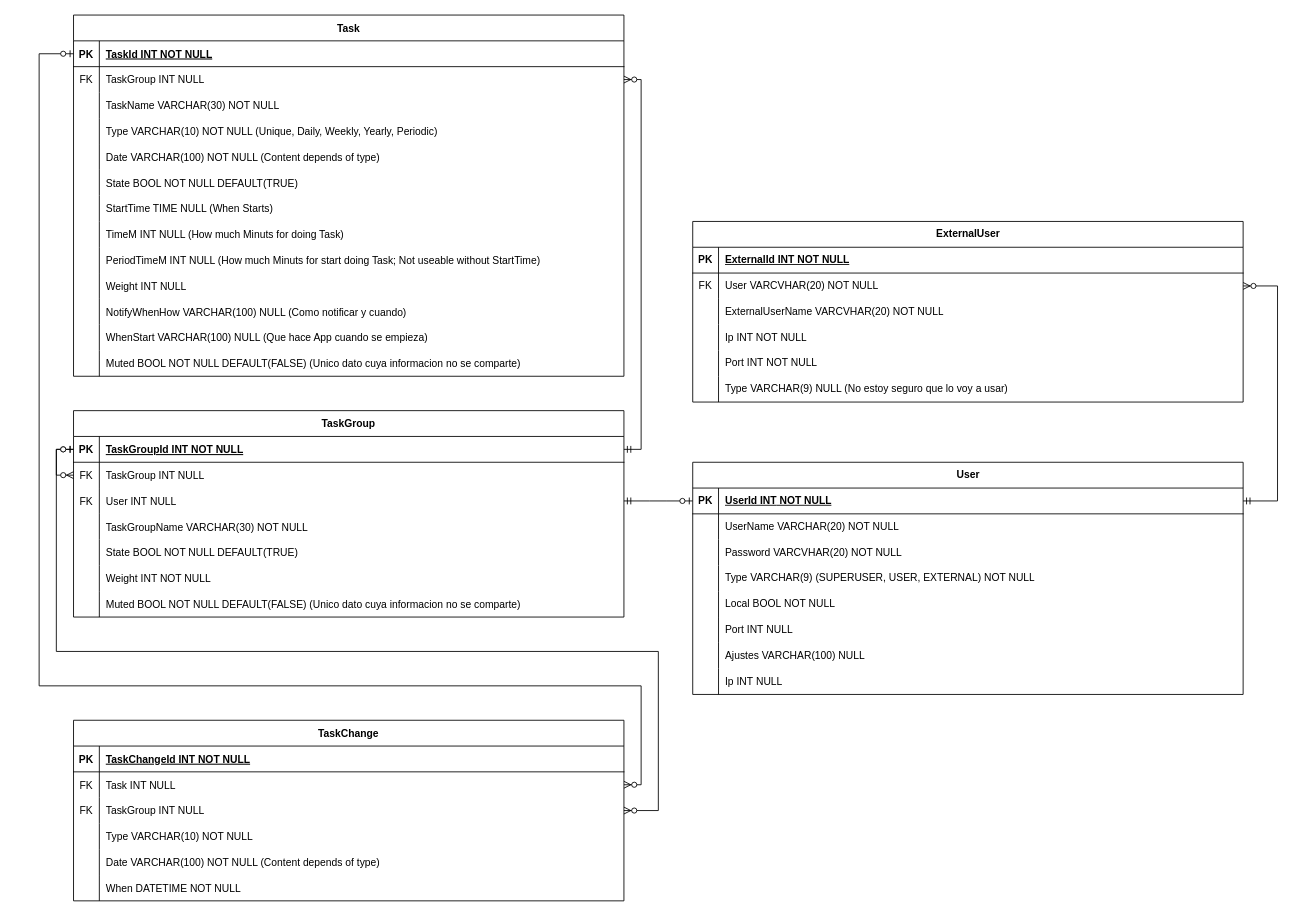
This is DiseñoBaseDeDatos.drawio from Gosha1030/ProyectoIntermodularGeorgii, a draw.io file, before an edit. Source tidied: cells renumbered, new cells numbered last; positions are measured from the earlier drawing's top-left corner, leaving out a move shared by most shapes. Both pictures are drawn from the tidied source at 86%, with x=0, y=0 at pixel (39, 15).
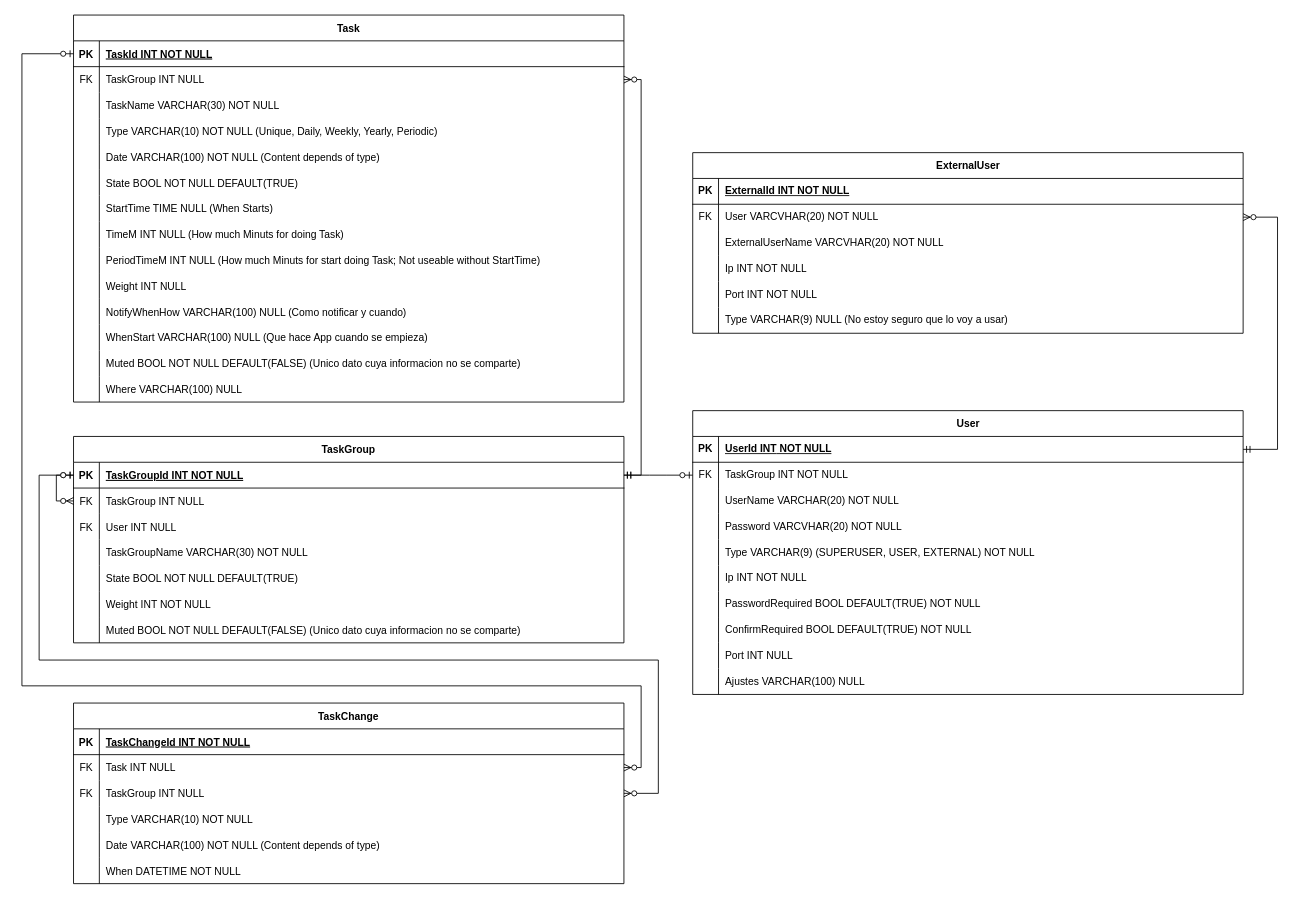
The same diagram, later.

Commit message (it also covers changes not shown here):
Diseño previo casi hecho solo falta tutorial

Unchanged cells that the change refers to:
```xml
<mxCell id="3" style="shape=partialRectangle;fillColor=none;points=[[0,0.5],[1,0.5]];portConstraint=eastwest;top=0;left=0;right=0;bottom=1;" parent="2" vertex="1">
  <mxGeometry y="30" width="640" height="30" as="geometry" />
</mxCell>
<mxCell id="9" style="shape=partialRectangle;fillColor=none;points=[[0,0.5],[1,0.5]];portConstraint=eastwest;top=0;left=0;right=0;bottom=0;" parent="2" vertex="1">
  <mxGeometry y="90" width="640" height="30" as="geometry" />
</mxCell>
<mxCell id="29" style="shape=partialRectangle;fillColor=none;points=[[0,0.5],[1,0.5]];portConstraint=eastwest;top=0;left=0;right=0;bottom=0;" parent="25" vertex="1">
  <mxGeometry y="60" width="640" height="30" as="geometry" />
</mxCell>
<mxCell id="32" style="shape=partialRectangle;fillColor=none;points=[[0,0.5],[1,0.5]];portConstraint=eastwest;top=0;left=0;right=0;bottom=0;" parent="25" vertex="1">
  <mxGeometry y="90" width="640" height="30" as="geometry" />
</mxCell>
<mxCell id="45" style="shape=partialRectangle;fillColor=none;points=[[0,0.5],[1,0.5]];portConstraint=eastwest;top=0;left=0;right=0;bottom=1;" parent="44" vertex="1">
  <mxGeometry y="30" width="640" height="30" as="geometry" />
</mxCell>
<mxCell id="48" style="shape=partialRectangle;fillColor=none;points=[[0,0.5],[1,0.5]];portConstraint=eastwest;top=0;left=0;right=0;bottom=0;" parent="44" vertex="1">
  <mxGeometry y="60" width="640" height="30" as="geometry" />
</mxCell>
<mxCell id="85" style="shape=tableRow;horizontal=0;startSize=0;swimlaneHead=0;swimlaneBody=0;fillColor=none;points=[[0,0.5],[1,0.5]];portConstraint=eastwest;top=0;left=0;right=0;bottom=1;" parent="84" vertex="1">
  <mxGeometry y="30" width="640" height="30" as="geometry" />
</mxCell>
<mxCell id="116" style="shape=tableRow;horizontal=0;startSize=0;swimlaneHead=0;swimlaneBody=0;fillColor=none;points=[[0,0.5],[1,0.5]];portConstraint=eastwest;top=0;left=0;right=0;bottom=0;" parent="112" vertex="1">
  <mxGeometry y="60" width="640" height="30" as="geometry" />
</mxCell>
```

The edit, as a diff of the source:
```diff
@@
     <mxCell id="2" value="TaskGroup" style="shape=table;startSize=30;childLayout=tableLayout;rowLines=0;fontStyle=1;align=center;" parent="1" vertex="1">
-      <mxGeometry x="40" y="460" width="640" height="240" as="geometry" />
+      <mxGeometry x="40" y="490" width="640" height="240" as="geometry" />
     </mxCell>
@@
     <mxCell id="25" value="TaskChange" style="shape=table;startSize=30;childLayout=tableLayout;rowLines=0;fontStyle=1;align=center;" parent="1" vertex="1">
-      <mxGeometry x="40" y="820" width="640" height="210" as="geometry" />
+      <mxGeometry x="40" y="800" width="640" height="210" as="geometry" />
     </mxCell>
@@
     <mxCell id="44" value="Task" style="shape=table;startSize=30;childLayout=tableLayout;rowLines=0;fontStyle=1;align=center;" parent="1" vertex="1">
-      <mxGeometry x="40" width="640" height="420" as="geometry" />
+      <mxGeometry x="40" width="640" height="450" as="geometry" />
     </mxCell>
@@
+    <mxCell id="133" style="shape=partialRectangle;fillColor=none;top=0;left=0;right=0;bottom=0;" parent="44" vertex="1">
+      <mxGeometry y="420" width="640" height="30" as="geometry" />
+    </mxCell>
+    <mxCell id="134" style="shape=partialRectangle;overflow=hidden;fillColor=none;top=0;left=0;bottom=0;right=0;" parent="133" vertex="1">
+      <mxGeometry width="30" height="30" as="geometry" />
+    </mxCell>
+    <mxCell id="135" value="Where VARCHAR(100) NULL" style="shape=partialRectangle;overflow=hidden;fillColor=none;top=0;left=0;bottom=0;right=0;align=left;spacingLeft=6;" parent="133" vertex="1">
+      <mxGeometry x="30" width="610" height="30" as="geometry" />
+    </mxCell>
     <mxCell id="84" value="User" style="shape=table;startSize=30;childLayout=tableLayout;rowLines=0;fontStyle=1;align=center;html=1;" parent="1" vertex="1">
-      <mxGeometry x="760" y="520" width="640" height="270" as="geometry" />
+      <mxGeometry x="760" y="460" width="640" height="330" as="geometry" />
     </mxCell>
@@
+    <mxCell id="136" style="shape=tableRow;horizontal=0;startSize=0;swimlaneHead=0;swimlaneBody=0;fillColor=none;points=[[0,0.5],[1,0.5]];portConstraint=eastwest;top=0;left=0;right=0;bottom=0;" parent="84" vertex="1">
+      <mxGeometry y="60" width="640" height="30" as="geometry" />
+    </mxCell>
+    <mxCell id="137" value="FK" style="shape=partialRectangle;fillColor=none;top=0;left=0;bottom=0;right=0;overflow=hidden;whiteSpace=wrap;html=1;" parent="136" vertex="1">
+      <mxGeometry width="30" height="30" as="geometry" />
+    </mxCell>
+    <mxCell id="138" value="&lt;span style=&quot;text-wrap-mode: nowrap;&quot;&gt;TaskGroup INT NOT NULL&lt;/span&gt;" style="shape=partialRectangle;fillColor=none;top=0;left=0;bottom=0;right=0;align=left;spacingLeft=6;overflow=hidden;whiteSpace=wrap;html=1;" parent="136" vertex="1">
+      <mxGeometry x="30" width="610" height="30" as="geometry" />
+    </mxCell>
     <mxCell id="88" style="shape=tableRow;horizontal=0;startSize=0;swimlaneHead=0;swimlaneBody=0;fillColor=none;top=0;left=0;right=0;bottom=0;" parent="84" vertex="1">
-      <mxGeometry y="60" width="640" height="30" as="geometry" />
+      <mxGeometry y="90" width="640" height="30" as="geometry" />
     </mxCell>
@@
     <mxCell id="91" style="shape=tableRow;horizontal=0;startSize=0;swimlaneHead=0;swimlaneBody=0;fillColor=none;top=0;left=0;right=0;bottom=0;" parent="84" vertex="1">
-      <mxGeometry y="90" width="640" height="30" as="geometry" />
+      <mxGeometry y="120" width="640" height="30" as="geometry" />
     </mxCell>
@@
     <mxCell id="94" style="shape=tableRow;horizontal=0;startSize=0;swimlaneHead=0;swimlaneBody=0;fillColor=none;top=0;left=0;right=0;bottom=0;" parent="84" vertex="1">
-      <mxGeometry y="120" width="640" height="30" as="geometry" />
+      <mxGeometry y="150" width="640" height="30" as="geometry" />
     </mxCell>
@@
-    <mxCell id="97" style="shape=tableRow;horizontal=0;startSize=0;swimlaneHead=0;swimlaneBody=0;fillColor=none;top=0;left=0;right=0;bottom=0;" parent="84" vertex="1">
-      <mxGeometry y="150" width="640" height="30" as="geometry" />
-    </mxCell>
-    <mxCell id="98" style="shape=partialRectangle;fillColor=none;top=0;left=0;bottom=0;right=0;overflow=hidden;whiteSpace=wrap;html=1;" parent="97" vertex="1">
-      <mxGeometry width="30" height="30" as="geometry" />
-    </mxCell>
-    <mxCell id="99" value="Local BOOL&amp;nbsp;&lt;span style=&quot;text-wrap-mode: nowrap;&quot;&gt;NOT NULL&lt;/span&gt;" style="shape=partialRectangle;fillColor=none;top=0;left=0;bottom=0;right=0;align=left;spacingLeft=6;overflow=hidden;whiteSpace=wrap;html=1;" parent="97" vertex="1">
-      <mxGeometry x="30" width="610" height="30" as="geometry" />
-    </mxCell>
+    <mxCell id="106" style="shape=tableRow;horizontal=0;startSize=0;swimlaneHead=0;swimlaneBody=0;fillColor=none;top=0;left=0;right=0;bottom=0;" parent="84" vertex="1">
+      <mxGeometry y="180" width="640" height="30" as="geometry" />
+    </mxCell>
+    <mxCell id="107" style="shape=partialRectangle;fillColor=none;top=0;left=0;bottom=0;right=0;overflow=hidden;whiteSpace=wrap;html=1;" parent="106" vertex="1">
+      <mxGeometry width="30" height="30" as="geometry" />
+    </mxCell>
+    <mxCell id="108" value="Ip INT&lt;span style=&quot;text-wrap-mode: nowrap;&quot;&gt;&amp;nbsp;NOT NULL&lt;/span&gt;" style="shape=partialRectangle;fillColor=none;top=0;left=0;bottom=0;right=0;align=left;spacingLeft=6;overflow=hidden;whiteSpace=wrap;html=1;" parent="106" vertex="1">
+      <mxGeometry x="30" width="610" height="30" as="geometry" />
+    </mxCell>
+    <mxCell id="139" style="shape=tableRow;horizontal=0;startSize=0;swimlaneHead=0;swimlaneBody=0;fillColor=none;top=0;left=0;right=0;bottom=0;" parent="84" vertex="1">
+      <mxGeometry y="210" width="640" height="30" as="geometry" />
+    </mxCell>
+    <mxCell id="140" style="shape=partialRectangle;fillColor=none;top=0;left=0;bottom=0;right=0;overflow=hidden;whiteSpace=wrap;html=1;" parent="139" vertex="1">
+      <mxGeometry width="30" height="30" as="geometry" />
+    </mxCell>
+    <mxCell id="141" value="PasswordRequired BOOL DEFAULT(TRUE) NOT NULL" style="shape=partialRectangle;fillColor=none;top=0;left=0;bottom=0;right=0;align=left;spacingLeft=6;overflow=hidden;whiteSpace=wrap;html=1;" parent="139" vertex="1">
+      <mxGeometry x="30" width="610" height="30" as="geometry" />
+    </mxCell>
+    <mxCell id="142" style="shape=tableRow;horizontal=0;startSize=0;swimlaneHead=0;swimlaneBody=0;fillColor=none;top=0;left=0;right=0;bottom=0;" parent="84" vertex="1">
+      <mxGeometry y="240" width="640" height="30" as="geometry" />
+    </mxCell>
+    <mxCell id="143" style="shape=partialRectangle;fillColor=none;top=0;left=0;bottom=0;right=0;overflow=hidden;whiteSpace=wrap;html=1;" parent="142" vertex="1">
+      <mxGeometry width="30" height="30" as="geometry" />
+    </mxCell>
+    <mxCell id="144" value="ConfirmRequired BOOL DEFAULT(TRUE) NOT NULL" style="shape=partialRectangle;fillColor=none;top=0;left=0;bottom=0;right=0;align=left;spacingLeft=6;overflow=hidden;whiteSpace=wrap;html=1;" parent="142" vertex="1">
+      <mxGeometry x="30" width="610" height="30" as="geometry" />
+    </mxCell>
     <mxCell id="100" style="shape=tableRow;horizontal=0;startSize=0;swimlaneHead=0;swimlaneBody=0;fillColor=none;top=0;left=0;right=0;bottom=0;" parent="84" vertex="1">
-      <mxGeometry y="180" width="640" height="30" as="geometry" />
+      <mxGeometry y="270" width="640" height="30" as="geometry" />
     </mxCell>
@@
     <mxCell id="103" style="shape=tableRow;horizontal=0;startSize=0;swimlaneHead=0;swimlaneBody=0;fillColor=none;top=0;left=0;right=0;bottom=0;" parent="84" vertex="1">
-      <mxGeometry y="210" width="640" height="30" as="geometry" />
+      <mxGeometry y="300" width="640" height="30" as="geometry" />
     </mxCell>
@@
-    <mxCell id="106" style="shape=tableRow;horizontal=0;startSize=0;swimlaneHead=0;swimlaneBody=0;fillColor=none;top=0;left=0;right=0;bottom=0;" parent="84" vertex="1">
-      <mxGeometry y="240" width="640" height="30" as="geometry" />
-    </mxCell>
-    <mxCell id="107" style="shape=partialRectangle;fillColor=none;top=0;left=0;bottom=0;right=0;overflow=hidden;whiteSpace=wrap;html=1;" parent="106" vertex="1">
-      <mxGeometry width="30" height="30" as="geometry" />
-    </mxCell>
-    <mxCell id="108" value="Ip INT&lt;span style=&quot;text-wrap-mode: nowrap;&quot;&gt;&amp;nbsp;NULL&lt;/span&gt;" style="shape=partialRectangle;fillColor=none;top=0;left=0;bottom=0;right=0;align=left;spacingLeft=6;overflow=hidden;whiteSpace=wrap;html=1;" parent="106" vertex="1">
-      <mxGeometry x="30" width="610" height="30" as="geometry" />
-    </mxCell>
     <mxCell id="109" style="edgeStyle=orthogonalEdgeStyle;fontSize=12;html=1;endArrow=ERzeroToMany;startArrow=ERzeroToOne;rounded=0;exitX=0;exitY=0.5;exitDx=0;exitDy=0;entryX=1;entryY=0.5;entryDx=0;entryDy=0;" parent="1" edge="1" source="3" target="32">
       <mxGeometry relative="1" as="geometry">
         <Array as="points">
-          <mxPoint x="20" y="505" />
-          <mxPoint x="20" y="740" />
-          <mxPoint x="720" y="740" />
-          <mxPoint x="720" y="925" />
+          <mxPoint y="535" />
+          <mxPoint y="750" />
+          <mxPoint x="720" y="750" />
+          <mxPoint x="720" y="905" />
         </Array>
       </mxGeometry>
     </mxCell>
     <mxCell id="110" style="edgeStyle=orthogonalEdgeStyle;fontSize=12;html=1;endArrow=ERzeroToMany;startArrow=ERmandOne;rounded=0;entryX=1;entryY=0.5;entryDx=0;entryDy=0;exitX=1;exitY=0.5;exitDx=0;exitDy=0;" parent="1" edge="1" source="3" target="48">
       <mxGeometry relative="1" as="geometry">
         <Array as="points">
-          <mxPoint x="700" y="505" />
+          <mxPoint x="700" y="535" />
           <mxPoint x="700" y="75" />
         </Array>
       </mxGeometry>
     </mxCell>
     <mxCell id="111" style="edgeStyle=orthogonalEdgeStyle;fontSize=12;html=1;endArrow=ERzeroToMany;startArrow=ERzeroToOne;rounded=0;entryX=1;entryY=0.5;entryDx=0;entryDy=0;exitX=0;exitY=0.5;exitDx=0;exitDy=0;" parent="1" edge="1" source="45" target="29">
       <mxGeometry relative="1" as="geometry">
         <Array as="points">
-          <mxPoint y="45" />
-          <mxPoint y="780" />
+          <mxPoint x="-20" y="45" />
+          <mxPoint x="-20" y="780" />
           <mxPoint x="700" y="780" />
-          <mxPoint x="700" y="895" />
+          <mxPoint x="700" y="875" />
         </Array>
       </mxGeometry>
     </mxCell>
     <mxCell id="112" value="ExternalUser" style="shape=table;startSize=30;childLayout=tableLayout;rowLines=0;fontStyle=1;align=center;html=1;" parent="1" vertex="1">
-      <mxGeometry x="760" y="240" width="640" height="210" as="geometry" />
+      <mxGeometry x="760" y="160" width="640" height="210" as="geometry" />
     </mxCell>
@@
     <mxCell id="131" style="edgeStyle=orthogonalEdgeStyle;fontSize=12;html=1;endArrow=ERzeroToMany;startArrow=ERmandOne;rounded=0;exitX=1;exitY=0.5;exitDx=0;exitDy=0;entryX=1;entryY=0.5;entryDx=0;entryDy=0;" parent="1" edge="1" source="85" target="116">
       <mxGeometry relative="1" as="geometry">
         <Array as="points">
-          <mxPoint x="1440" y="565" />
-          <mxPoint x="1440" y="315" />
+          <mxPoint x="1440" y="505" />
+          <mxPoint x="1440" y="235" />
         </Array>
       </mxGeometry>
     </mxCell>
-    <mxCell id="132" style="edgeStyle=entityRelationEdgeStyle;fontSize=12;html=1;endArrow=ERzeroToOne;startArrow=ERmandOne;rounded=0;entryX=0;entryY=0.5;entryDx=0;entryDy=0;exitX=1;exitY=0.5;exitDx=0;exitDy=0;" parent="1" edge="1" source="9" target="85">
+    <mxCell id="132" style="edgeStyle=entityRelationEdgeStyle;fontSize=12;html=1;endArrow=ERzeroToOne;startArrow=ERmandOne;rounded=0;entryX=0;entryY=0.5;entryDx=0;entryDy=0;exitX=1;exitY=0.5;exitDx=0;exitDy=0;" parent="1" edge="1" source="3" target="136">
       <mxGeometry relative="1" as="geometry" />
     </mxCell>
```
